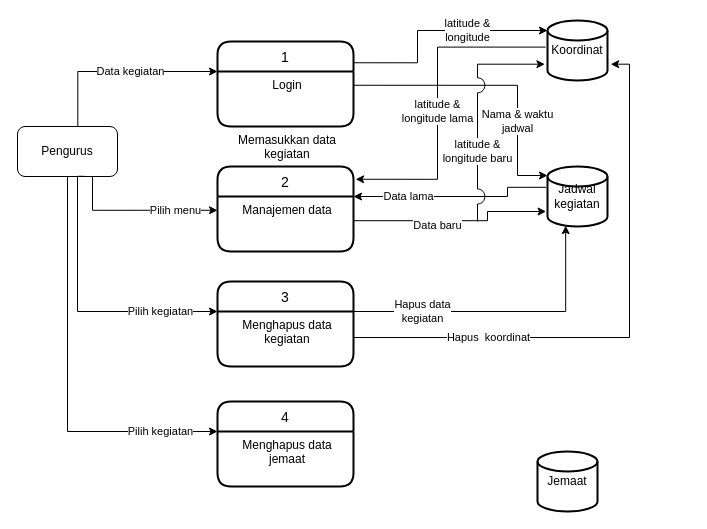
Raymond-15/requirements keeps this draw.io diagram as page "Page-6" (6 of 7) of DFD.drawio. Above is the earlier version. Source tidied: cells renumbered, new cells numbered last; positions are measured from the earlier drawing's top-left corner, leaving out a move shared by most shapes. Both pictures are drawn from the tidied source at 100%, with x=0, y=0 at pixel (17, 20).
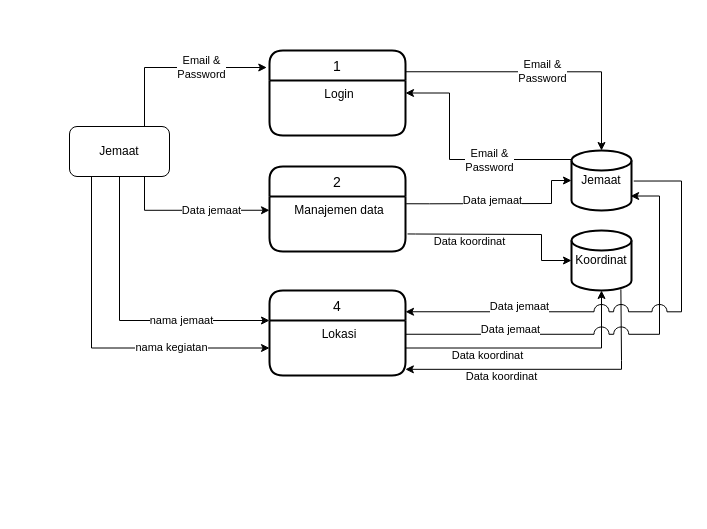
The same page after the edit.

The change refers to these unchanged cells:
```xml
<mxCell id="6" value="Login" style="align=center;strokeColor=none;fillColor=none;spacingLeft=4;fontSize=12;verticalAlign=top;" parent="5" vertex="1">
  <mxGeometry y="30" width="136" height="55" as="geometry" />
</mxCell>
```

Diff of the diagram source:
```diff
@@
-    <mxCell id="2" value="Pengurus" style="rounded=1;whiteSpace=wrap;html=1;" parent="1" vertex="1">
-      <mxGeometry y="106" width="100" height="50" as="geometry" />
+    <mxCell id="2" value="Jemaat" style="rounded=1;whiteSpace=wrap;html=1;" parent="1" vertex="1">
+      <mxGeometry x="52" y="106" width="100" height="50" as="geometry" />
     </mxCell>
     <mxCell id="3" value="Jemaat" style="strokeWidth=2;html=1;shape=mxgraph.flowchart.database;whiteSpace=wrap;" parent="1" vertex="1">
-      <mxGeometry x="520" y="431" width="60" height="60" as="geometry" />
+      <mxGeometry x="554" y="130" width="60" height="60" as="geometry" />
     </mxCell>
-    <mxCell id="4" value="Jadwal&lt;br&gt;kegiatan" style="strokeWidth=2;html=1;shape=mxgraph.flowchart.database;whiteSpace=wrap;" parent="1" vertex="1">
-      <mxGeometry x="530" y="146" width="60" height="60" as="geometry" />
-    </mxCell>
+    <mxCell id="8" value="2" style="swimlane;horizontal=1;startSize=30;rounded=1;fontSize=14;fontStyle=0;strokeWidth=2;shadow=0;dashed=0;align=center;verticalAlign=middle;" parent="1" vertex="1">
+      <mxGeometry x="252" y="146" width="136" height="85" as="geometry" />
+    </mxCell>
+    <mxCell id="9" value="Manajemen data" style="align=center;strokeColor=none;fillColor=none;spacingLeft=4;fontSize=12;verticalAlign=top;" parent="8" vertex="1">
+      <mxGeometry y="30" width="136" height="55" as="geometry" />
+    </mxCell>
+    <mxCell id="12" value="4" style="swimlane;horizontal=1;startSize=30;rounded=1;fontSize=14;fontStyle=0;strokeWidth=2;shadow=0;dashed=0;align=center;verticalAlign=middle;" parent="1" vertex="1">
+      <mxGeometry x="252" y="270" width="136" height="85" as="geometry" />
+    </mxCell>
+    <mxCell id="13" value="Lokasi" style="align=center;strokeColor=none;fillColor=none;spacingLeft=4;fontSize=12;verticalAlign=top;" parent="12" vertex="1">
+      <mxGeometry y="30" width="136" height="55" as="geometry" />
+    </mxCell>
+    <mxCell id="21" value="Data jemaat" style="edgeStyle=orthogonalEdgeStyle;rounded=0;jettySize=auto;html=1;exitX=0.75;exitY=1;exitDx=0;exitDy=0;entryX=0;entryY=0.25;entryDx=0;entryDy=0;" parent="1" edge="1" source="2" target="9">
+      <mxGeometry x="0.27" relative="1" as="geometry">
+        <Array as="points">
+          <mxPoint x="127" y="190" />
+        </Array>
+      </mxGeometry>
+    </mxCell>
+    <mxCell id="23" value="nama jemaat" style="edgeStyle=orthogonalEdgeStyle;rounded=0;jettySize=auto;html=1;exitX=0.5;exitY=1;exitDx=0;exitDy=0;entryX=0;entryY=0;entryDx=0;entryDy=0;" parent="1" edge="1" source="2" target="13">
+      <mxGeometry x="0.4" relative="1" as="geometry">
+        <Array as="points">
+          <mxPoint x="102" y="300" />
+        </Array>
+      </mxGeometry>
+    </mxCell>
+    <mxCell id="26" value="Koordinat" style="strokeWidth=2;html=1;shape=mxgraph.flowchart.database;whiteSpace=wrap;" parent="1" vertex="1">
+      <mxGeometry x="554" y="210" width="60" height="60" as="geometry" />
+    </mxCell>
     <mxCell id="5" value="1" style="swimlane;horizontal=1;startSize=30;rounded=1;fontSize=14;fontStyle=0;strokeWidth=2;shadow=0;dashed=0;align=center;verticalAlign=middle;" parent="1" vertex="1">
-      <mxGeometry x="200" y="21" width="136" height="85" as="geometry" />
+      <mxGeometry x="252" y="30" width="136" height="85" as="geometry" />
     </mxCell>
@@
-    <mxCell id="7" value="Memasukkan data&#10;kegiatan" style="align=center;strokeColor=none;fillColor=none;spacingLeft=4;fontSize=12;verticalAlign=top;" parent="5" vertex="1">
-      <mxGeometry y="85" width="136" as="geometry" />
-    </mxCell>
-    <mxCell id="8" value="2" style="swimlane;horizontal=1;startSize=30;rounded=1;fontSize=14;fontStyle=0;strokeWidth=2;shadow=0;dashed=0;align=center;verticalAlign=middle;" parent="1" vertex="1">
-      <mxGeometry x="200" y="146" width="136" height="85" as="geometry" />
-    </mxCell>
-    <mxCell id="9" value="Manajemen data" style="align=center;strokeColor=none;fillColor=none;spacingLeft=4;fontSize=12;verticalAlign=top;" parent="8" vertex="1">
-      <mxGeometry y="30" width="136" height="55" as="geometry" />
-    </mxCell>
-    <mxCell id="10" value="3" style="swimlane;horizontal=1;startSize=30;rounded=1;fontSize=14;fontStyle=0;strokeWidth=2;shadow=0;dashed=0;align=center;verticalAlign=middle;" parent="1" vertex="1">
-      <mxGeometry x="200" y="261" width="136" height="85" as="geometry" />
-    </mxCell>
-    <mxCell id="11" value="Menghapus data&#10;kegiatan" style="align=center;strokeColor=none;fillColor=none;spacingLeft=4;fontSize=12;verticalAlign=top;" parent="10" vertex="1">
-      <mxGeometry y="30" width="136" height="55" as="geometry" />
-    </mxCell>
-    <mxCell id="12" value="4" style="swimlane;horizontal=1;startSize=30;rounded=1;fontSize=14;fontStyle=0;strokeWidth=2;shadow=0;dashed=0;align=center;verticalAlign=middle;" parent="1" vertex="1">
-      <mxGeometry x="200" y="381" width="136" height="85" as="geometry" />
-    </mxCell>
-    <mxCell id="13" value="Menghapus data&#10;jemaat" style="align=center;strokeColor=none;fillColor=none;spacingLeft=4;fontSize=12;verticalAlign=top;" parent="12" vertex="1">
-      <mxGeometry y="30" width="136" height="55" as="geometry" />
-    </mxCell>
-    <mxCell id="14" value="latitude &amp;amp;&lt;br&gt;longitude" style="edgeStyle=orthogonalEdgeStyle;rounded=0;jettySize=auto;html=1;exitX=1;exitY=0.25;exitDx=0;exitDy=0;entryX=0;entryY=0.15;entryDx=0;entryDy=0;entryPerimeter=0;" parent="1" edge="1" source="5">
-      <mxGeometry x="0.29" relative="1" as="geometry">
-        <mxPoint x="530" y="10" as="targetPoint" />
-        <Array as="points">
-          <mxPoint x="400" y="42" />
-          <mxPoint x="400" y="10" />
-        </Array>
-      </mxGeometry>
-    </mxCell>
-    <mxCell id="15" value="Nama &amp;amp; waktu&lt;br&gt;jadwal" style="edgeStyle=orthogonalEdgeStyle;rounded=0;jettySize=auto;html=1;exitX=1;exitY=0.25;exitDx=0;exitDy=0;entryX=0;entryY=0.15;entryDx=0;entryDy=0;entryPerimeter=0;" parent="1" edge="1" source="6" target="4">
-      <mxGeometry x="0.41" relative="1" as="geometry">
-        <Array as="points">
-          <mxPoint x="500" y="65" />
-          <mxPoint x="500" y="155" />
-        </Array>
-      </mxGeometry>
-    </mxCell>
-    <mxCell id="16" value="Data lama" style="edgeStyle=orthogonalEdgeStyle;rounded=0;jettySize=auto;html=1;entryX=1;entryY=0;entryDx=0;entryDy=0;exitX=-0.023;exitY=0.347;exitDx=0;exitDy=0;exitPerimeter=0;" parent="1" edge="1" source="4" target="9">
-      <mxGeometry x="0.46" relative="1" as="geometry">
-        <Array as="points">
-          <mxPoint x="490" y="167" />
-          <mxPoint x="490" y="176" />
-        </Array>
-      </mxGeometry>
-    </mxCell>
-    <mxCell id="17" value="Data baru" style="edgeStyle=orthogonalEdgeStyle;rounded=0;orthogonalLoop=1;jettySize=auto;html=1;entryX=1;entryY=0;entryDx=0;entryDy=0;exitX=-0.023;exitY=0.347;exitDx=0;exitDy=0;exitPerimeter=0;startArrow=classic;startFill=1;endArrow=none;endFill=0;" parent="1" edge="1">
-      <mxGeometry x="0.17" y="5" relative="1" as="geometry">
-        <mxPoint x="528.6" y="191" as="sourcePoint" />
-        <mxPoint x="336" y="200.2" as="targetPoint" />
-        <Array as="points">
-          <mxPoint x="470" y="191.2" />
-          <mxPoint x="470" y="200.2" />
-        </Array>
-      </mxGeometry>
-    </mxCell>
-    <mxCell id="18" value="latitude &amp;amp;&lt;br&gt;longitude baru" style="edgeStyle=orthogonalEdgeStyle;rounded=0;orthogonalLoop=1;jettySize=auto;html=1;exitX=-0.043;exitY=0.712;exitDx=0;exitDy=0;exitPerimeter=0;startArrow=classic;startFill=1;endArrow=none;endFill=0;jumpStyle=arc;jumpSize=15;" parent="1" edge="1">
-      <mxGeometry x="0.38" relative="1" as="geometry">
-        <mxPoint x="527.4" y="43.7" as="sourcePoint" />
-        <mxPoint x="460" y="201" as="targetPoint" />
-        <Array as="points">
-          <mxPoint x="460" y="44" />
-        </Array>
-      </mxGeometry>
-    </mxCell>
-    <mxCell id="19" value="latitude &amp;amp;&lt;br&gt;longitude lama" style="edgeStyle=orthogonalEdgeStyle;rounded=0;jettySize=auto;html=1;exitX=1.016;exitY=0.15;exitDx=0;exitDy=0;entryX=-0.031;entryY=0.426;entryDx=0;entryDy=0;entryPerimeter=0;exitPerimeter=0;startArrow=classic;startFill=1;endArrow=none;endFill=0;" parent="1" edge="1" source="8">
-      <mxGeometry x="-0.07" relative="1" as="geometry">
-        <mxPoint x="528.1" y="26.6" as="targetPoint" />
-        <Array as="points">
-          <mxPoint x="420" y="159" />
-          <mxPoint x="420" y="27" />
-          <mxPoint x="528" y="27" />
-        </Array>
-      </mxGeometry>
-    </mxCell>
-    <mxCell id="20" value="Data kegiatan" style="edgeStyle=orthogonalEdgeStyle;rounded=0;jettySize=auto;html=1;exitX=0.603;exitY=0.01;exitDx=0;exitDy=0;entryX=0;entryY=0;entryDx=0;entryDy=0;exitPerimeter=0;" parent="1" edge="1" source="2" target="6">
-      <mxGeometry x="0.11" relative="1" as="geometry">
-        <Array as="points">
-          <mxPoint x="60" y="51" />
-        </Array>
-      </mxGeometry>
-    </mxCell>
-    <mxCell id="21" value="Pilih menu" style="edgeStyle=orthogonalEdgeStyle;rounded=0;jettySize=auto;html=1;exitX=0.75;exitY=1;exitDx=0;exitDy=0;entryX=0;entryY=0.25;entryDx=0;entryDy=0;" parent="1" edge="1" source="2" target="9">
-      <mxGeometry x="0.47" relative="1" as="geometry">
-        <Array as="points">
-          <mxPoint x="75" y="190" />
-        </Array>
-      </mxGeometry>
-    </mxCell>
-    <mxCell id="22" value="Pilih kegiatan" style="edgeStyle=orthogonalEdgeStyle;rounded=0;jettySize=auto;html=1;exitX=0.669;exitY=0.996;exitDx=0;exitDy=0;entryX=0;entryY=0;entryDx=0;entryDy=0;exitPerimeter=0;" parent="1" edge="1" source="2" target="11">
-      <mxGeometry x="0.6" relative="1" as="geometry">
-        <Array as="points">
-          <mxPoint x="60" y="156" />
-          <mxPoint x="60" y="291" />
-        </Array>
-        <mxPoint x="-1" as="offset" />
-      </mxGeometry>
-    </mxCell>
-    <mxCell id="23" value="Pilih kegiatan" style="edgeStyle=orthogonalEdgeStyle;rounded=0;jettySize=auto;html=1;exitX=0.5;exitY=1;exitDx=0;exitDy=0;entryX=0;entryY=0;entryDx=0;entryDy=0;" parent="1" edge="1" source="2" target="13">
-      <mxGeometry x="0.72" relative="1" as="geometry">
-        <Array as="points">
-          <mxPoint x="50" y="411" />
-        </Array>
-      </mxGeometry>
-    </mxCell>
-    <mxCell id="24" value="Hapus data&lt;br&gt;kegiatan" style="edgeStyle=orthogonalEdgeStyle;rounded=0;jettySize=auto;html=1;entryX=1;entryY=0.393;entryDx=0;entryDy=0;exitX=0.303;exitY=0.986;exitDx=0;exitDy=0;exitPerimeter=0;endArrow=none;endFill=0;startArrow=classic;startFill=1;entryPerimeter=0;" parent="1" edge="1" source="4" target="10">
-      <mxGeometry x="0.52" relative="1" as="geometry">
-        <Array as="points">
-          <mxPoint x="548" y="291" />
-          <mxPoint x="336" y="291" />
-        </Array>
-      </mxGeometry>
-    </mxCell>
-    <mxCell id="25" value="Hapus&amp;nbsp; koordinat" style="edgeStyle=orthogonalEdgeStyle;rounded=0;jettySize=auto;html=1;entryX=1;entryY=0.5;entryDx=0;entryDy=0;exitX=1.053;exitY=0.712;exitDx=0;exitDy=0;exitPerimeter=0;endArrow=none;endFill=0;startArrow=classic;startFill=1;" parent="1" edge="1" target="11">
-      <mxGeometry x="0.52" relative="1" as="geometry">
-        <mxPoint x="593.2" y="43.7" as="sourcePoint" />
-        <Array as="points">
-          <mxPoint x="612" y="44" />
-          <mxPoint x="612" y="317" />
-          <mxPoint x="336" y="317" />
-        </Array>
-      </mxGeometry>
-    </mxCell>
-    <mxCell id="26" value="Koordinat" style="strokeWidth=2;html=1;shape=mxgraph.flowchart.database;whiteSpace=wrap;" parent="1" vertex="1">
-      <mxGeometry x="530" width="60" height="60" as="geometry" />
-    </mxCell>
+    <mxCell id="27" value="Email &amp;amp;&lt;br&gt;Password" style="edgeStyle=orthogonalEdgeStyle;rounded=0;jettySize=auto;html=1;exitX=1;exitY=0.25;exitDx=0;exitDy=0;entryX=0.5;entryY=0;entryDx=0;entryDy=0;entryPerimeter=0;" parent="1" edge="1" source="5" target="3">
+      <mxGeometry relative="1" as="geometry" />
+    </mxCell>
+    <mxCell id="28" value="Email &amp;amp;&lt;br&gt;Password" style="edgeStyle=orthogonalEdgeStyle;rounded=0;jettySize=auto;html=1;exitX=1;exitY=0.5;exitDx=0;exitDy=0;entryX=0;entryY=0.15;entryDx=0;entryDy=0;entryPerimeter=0;startArrow=classic;startFill=1;endArrow=none;endFill=0;" parent="1" edge="1" source="5" target="3">
+      <mxGeometry x="0.29" y="-1" relative="1" as="geometry">
+        <Array as="points">
+          <mxPoint x="432" y="73" />
+          <mxPoint x="432" y="139" />
+        </Array>
+      </mxGeometry>
+    </mxCell>
+    <mxCell id="29" value="Email &amp;amp;&lt;br&gt;Password" style="edgeStyle=orthogonalEdgeStyle;rounded=0;jettySize=auto;html=1;exitX=0.75;exitY=0;exitDx=0;exitDy=0;entryX=-0.02;entryY=0.2;entryDx=0;entryDy=0;entryPerimeter=0;" parent="1" edge="1" source="2" target="5">
+      <mxGeometry x="0.28" relative="1" as="geometry" />
+    </mxCell>
+    <mxCell id="30" value="Data koordinat" style="edgeStyle=orthogonalEdgeStyle;rounded=0;jettySize=auto;html=1;exitX=1.015;exitY=0.681;exitDx=0;exitDy=0;entryX=0;entryY=0.5;entryDx=0;entryDy=0;entryPerimeter=0;startArrow=none;startFill=0;endArrow=classic;endFill=1;exitPerimeter=0;" parent="1" edge="1" source="9" target="26">
+      <mxGeometry x="-0.35" y="-7" relative="1" as="geometry">
+        <Array as="points">
+          <mxPoint x="398" y="214" />
+          <mxPoint x="524" y="214" />
+          <mxPoint x="524" y="291" />
+        </Array>
+      </mxGeometry>
+    </mxCell>
+    <mxCell id="31" value="Data jemaat" style="edgeStyle=orthogonalEdgeStyle;rounded=0;jettySize=auto;html=1;exitX=1.005;exitY=0.132;exitDx=0;exitDy=0;entryX=0;entryY=0.5;entryDx=0;entryDy=0;entryPerimeter=0;startArrow=none;startFill=0;endArrow=classic;endFill=1;exitPerimeter=0;" parent="1" edge="1" source="9" target="3">
+      <mxGeometry x="-0.09" y="3" relative="1" as="geometry">
+        <Array as="points">
+          <mxPoint x="412" y="183" />
+          <mxPoint x="534" y="183" />
+          <mxPoint x="534" y="160" />
+        </Array>
+      </mxGeometry>
+    </mxCell>
+    <mxCell id="32" value="nama kegiatan" style="edgeStyle=orthogonalEdgeStyle;rounded=0;jettySize=auto;html=1;exitX=0.25;exitY=1;exitDx=0;exitDy=0;entryX=0;entryY=0.5;entryDx=0;entryDy=0;" parent="1" edge="1" source="2" target="13">
+      <mxGeometry x="0.44" y="1" relative="1" as="geometry">
+        <Array as="points">
+          <mxPoint x="74" y="156" />
+          <mxPoint x="74" y="328" />
+          <mxPoint x="252" y="328" />
+        </Array>
+      </mxGeometry>
+    </mxCell>
+    <mxCell id="33" value="Data koordinat" style="edgeStyle=orthogonalEdgeStyle;rounded=0;jettySize=auto;html=1;exitX=1;exitY=0.5;exitDx=0;exitDy=0;startArrow=none;startFill=0;endArrow=classic;endFill=1;entryX=0.5;entryY=1;entryDx=0;entryDy=0;entryPerimeter=0;" parent="1" edge="1" source="13" target="26">
+      <mxGeometry x="-0.35" y="-7" relative="1" as="geometry">
+        <Array as="points">
+          <mxPoint x="584" y="328" />
+        </Array>
+      </mxGeometry>
+    </mxCell>
+    <mxCell id="34" value="Data koordinat" style="edgeStyle=orthogonalEdgeStyle;rounded=0;jettySize=auto;html=1;startArrow=classic;startFill=1;endArrow=none;endFill=0;entryX=0.823;entryY=0.98;entryDx=0;entryDy=0;entryPerimeter=0;exitX=0.999;exitY=0.888;exitDx=0;exitDy=0;exitPerimeter=0;" parent="1" edge="1" source="13" target="26">
+      <mxGeometry x="-0.35" y="-7" relative="1" as="geometry">
+        <Array as="points">
+          <mxPoint x="604" y="349" />
+          <mxPoint x="604" y="340" />
+        </Array>
+      </mxGeometry>
+    </mxCell>
+    <mxCell id="35" value="Data jemaat" style="edgeStyle=orthogonalEdgeStyle;rounded=0;jettySize=auto;html=1;startArrow=none;startFill=0;endArrow=classic;endFill=1;jumpStyle=arc;jumpSize=15;exitX=1;exitY=0.25;exitDx=0;exitDy=0;entryX=0.985;entryY=0.759;entryDx=0;entryDy=0;entryPerimeter=0;" parent="1" edge="1" source="13" target="3">
+      <mxGeometry x="-0.5" y="5" relative="1" as="geometry">
+        <Array as="points">
+          <mxPoint x="642" y="314" />
+          <mxPoint x="642" y="176" />
+        </Array>
+      </mxGeometry>
+    </mxCell>
+    <mxCell id="36" value="Data jemaat" style="edgeStyle=orthogonalEdgeStyle;rounded=0;jettySize=auto;html=1;startArrow=classic;startFill=1;endArrow=none;endFill=0;jumpStyle=arc;jumpSize=15;exitX=1;exitY=0.25;exitDx=0;exitDy=0;entryX=1.037;entryY=0.509;entryDx=0;entryDy=0;entryPerimeter=0;" parent="1" edge="1" source="12" target="3">
+      <mxGeometry x="-0.5" y="5" relative="1" as="geometry">
+        <Array as="points">
+          <mxPoint x="664" y="291" />
+          <mxPoint x="664" y="160" />
+        </Array>
+      </mxGeometry>
+    </mxCell>
```
